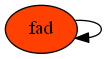
Toto95/Practica1s12017_201408515 keeps this Graphviz diagram as practica1Scrabble/build/classes/reportes/usuarios.png. Above is the earlier version. Its source is kept beside it as practica1Scrabble/usuarios.dot.
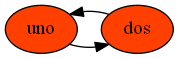
The same diagram one commit later.

The edit, as a diff of the source:
```diff
@@ -1,5 +1,8 @@
 digraph B{
-nodo2056984448 -> nodo2056984448
-{rank = same; nodo2056984448 nodo2056984448}
-nodo2056984448[label="fad",style=filled, fillcolor="#FF4000"]
+nodo192038178 -> nodo1992647117
+{rank = same; nodo192038178 nodo1992647117}
+nodo192038178[label="uno",style=filled, fillcolor="#FF4000"]
+nodo1992647117 -> nodo192038178
+{rank = same; nodo1992647117 nodo192038178}
+nodo1992647117[label="dos",style=filled, fillcolor="#FF4000"]
 }
```
